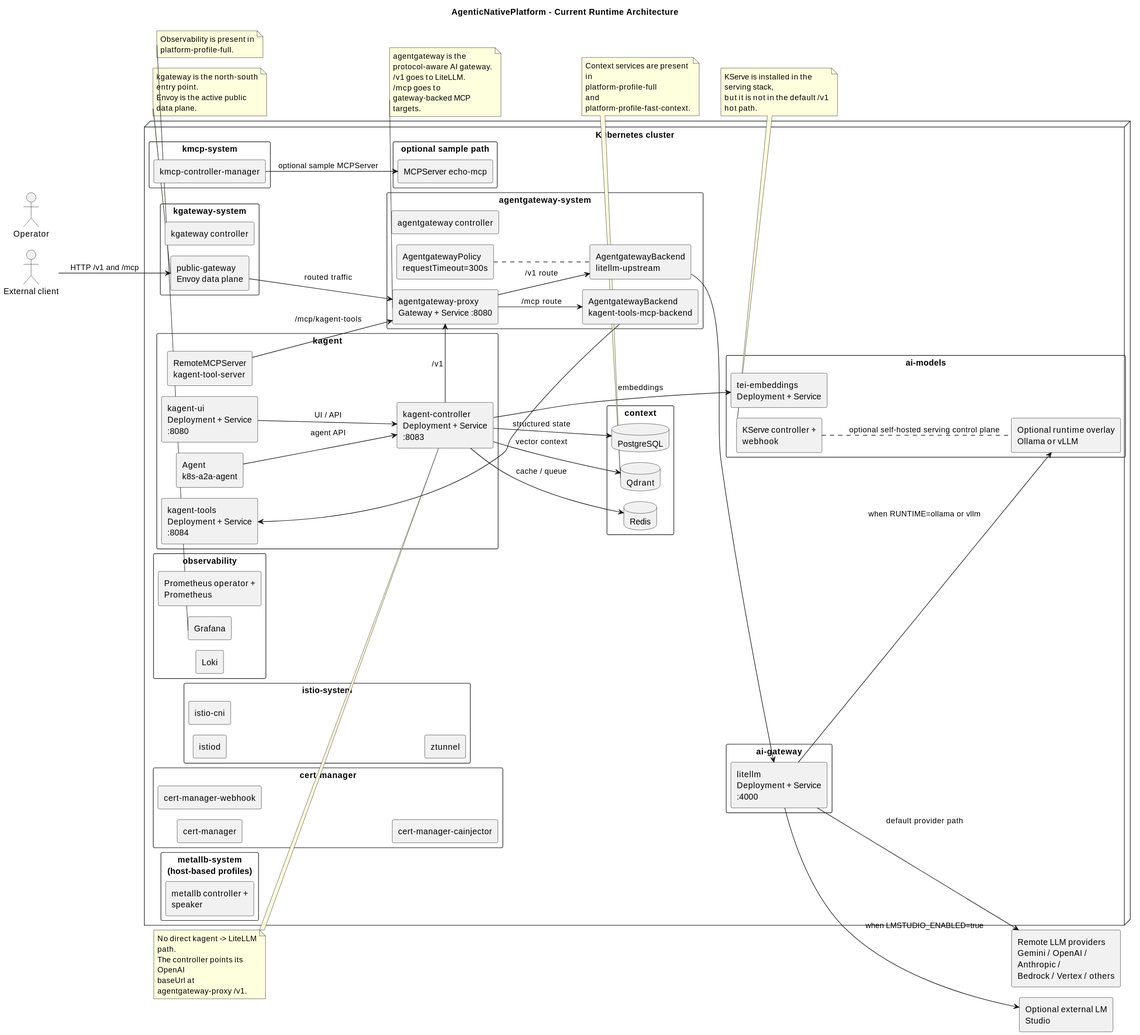
Before: .assets/architecture-current-runtime.svg, a diagram exported from PlantUML (Shkirmantsev/AgenticNativePlatform). Its diagram source:
```plantuml
@startuml
!pragma layout smetana
title AgenticNativePlatform - Current Runtime Architecture

left to right direction
skinparam shadowing false
skinparam packageStyle rectangle
skinparam componentStyle rectangle
skinparam wrapWidth 180
hide stereotype

actor "External client" as Client
actor "Operator" as Operator
rectangle "Remote LLM providers\nGemini / OpenAI / Anthropic /\nBedrock / Vertex / others" as Providers
rectangle "Optional external LM Studio" as LMStudio

node "Kubernetes cluster" {
  package "kgateway-system" {
    component "kgateway controller" as KgatewayController
    component "public-gateway\nEnvoy data plane" as PublicGateway
  }

  package "agentgateway-system" {
    component "agentgateway controller" as AgentgatewayController
    component "agentgateway-proxy\nGateway + Service :8080" as AgentgatewayProxy
    component "AgentgatewayBackend\nlitellm-upstream" as LitellmBackend
    component "AgentgatewayBackend\nkagent-tools-mcp-backend" as ToolsBackend
    component "AgentgatewayPolicy\nrequestTimeout=300s" as BackendPolicy
  }

  package "kagent" {
    component "kagent-controller\nDeployment + Service :8083" as KagentController
    component "kagent-ui\nDeployment + Service :8080" as KagentUI
    component "kagent-tools\nDeployment + Service :8084" as KagentTools
    component "Agent\nk8s-a2a-agent" as A2AAgent
    component "RemoteMCPServer\nkagent-tool-server" as RemoteMCP
  }

  package "ai-gateway" {
    component "litellm\nDeployment + Service :4000" as LiteLLM
  }

  package "kmcp-system" {
    component "kmcp-controller-manager" as KMCPController
  }

  package "ai-models" {
    component "tei-embeddings\nDeployment + Service" as TEI
    component "KServe controller + webhook" as KServe
    component "Optional runtime overlay\nOllama or vLLM" as RuntimeOverlay
  }

  package "context" {
    database "Qdrant" as Qdrant
    database "PostgreSQL" as Postgres
    database "Redis" as Redis
  }

  package "observability" {
    component "Prometheus operator + Prometheus" as Prometheus
    component "Grafana" as Grafana
    component "Loki" as Loki
  }

  package "istio-system" {
    component "istiod" as Istiod
    component "istio-cni" as IstioCNI
    component "ztunnel" as ZTunnel
  }

  package "cert-manager" {
    component "cert-manager" as CertManager
    component "cert-manager-webhook" as CertWebhook
    component "cert-manager-cainjector" as CertCainjector
  }

  package "metallb-system\n(host-based profiles)" {
    component "metallb controller + speaker" as MetalLB
  }

  package "optional sample path" {
    component "MCPServer echo-mcp" as EchoMCP
  }
}

Client --> PublicGateway : HTTP /v1 and /mcp
PublicGateway --> AgentgatewayProxy : routed traffic

KagentUI --> KagentController : UI / API
A2AAgent --> KagentController : agent API
KagentController --> AgentgatewayProxy : /v1
RemoteMCP --> AgentgatewayProxy : /mcp/kagent-tools

AgentgatewayProxy --> LitellmBackend : /v1 route
AgentgatewayProxy --> ToolsBackend : /mcp route
BackendPolicy .. LitellmBackend

LitellmBackend --> LiteLLM
ToolsBackend --> KagentTools

LiteLLM --> Providers : default provider path
LiteLLM --> LMStudio : when LMSTUDIO_ENABLED=true
LiteLLM --> RuntimeOverlay : when RUNTIME=ollama or vllm
KServe .. RuntimeOverlay : optional self-hosted serving control plane

KagentController --> TEI : embeddings
KagentController --> Qdrant : vector context
KagentController --> Postgres : structured state
KagentController --> Redis : cache / queue

KMCPController --> EchoMCP : optional sample MCPServer

note top of PublicGateway
kgateway is the north-south entry point.
Envoy is the active public data plane.
end note

note top of AgentgatewayProxy
agentgateway is the protocol-aware AI gateway.
/v1 goes to LiteLLM.
/mcp goes to gateway-backed MCP targets.
end note

note left of KagentController
No direct kagent -> LiteLLM path.
The controller points its OpenAI
baseUrl at agentgateway-proxy /v1.
end note

note bottom of KServe
KServe is installed in the serving stack,
but it is not in the default /v1 hot path.
end note

note bottom of Qdrant
Context services are present in
platform-profile-full
and platform-profile-fast-context.
end note

note bottom of Grafana
Observability is present in
platform-profile-full.
end note
@enduml
```
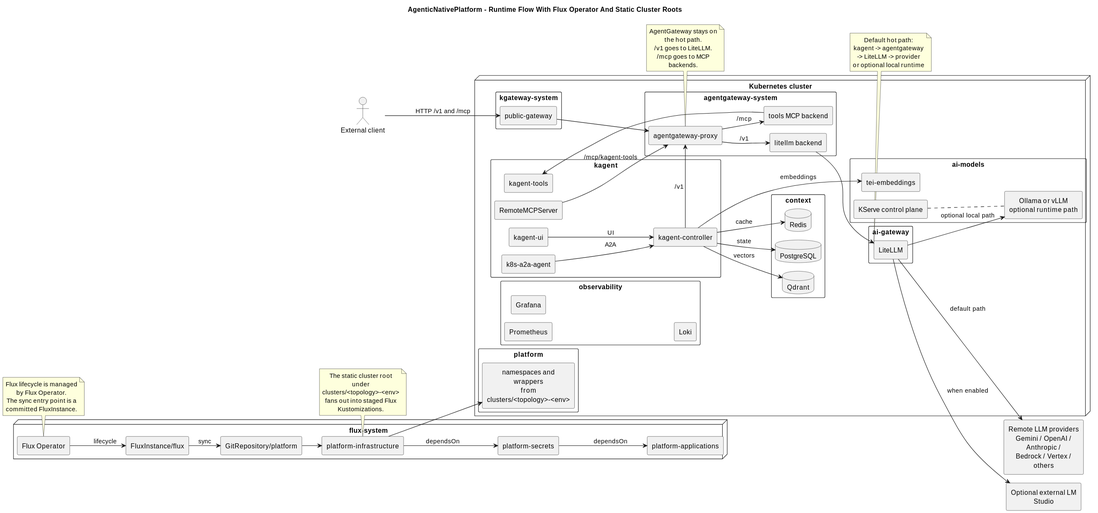
After the change.

The edit, as a diff of the source:
```diff
@@ -1,53 +1,55 @@
 @startuml
 !pragma layout smetana
-title AgenticNativePlatform - Current Runtime Architecture
+title AgenticNativePlatform - Runtime Flow With Flux Operator And Static Cluster Roots
 
 left to right direction
 skinparam shadowing false
 skinparam packageStyle rectangle
 skinparam componentStyle rectangle
-skinparam wrapWidth 180
+skinparam wrapWidth 160
+skinparam defaultTextAlignment center
 hide stereotype
 
 actor "External client" as Client
-actor "Operator" as Operator
 rectangle "Remote LLM providers\nGemini / OpenAI / Anthropic /\nBedrock / Vertex / others" as Providers
 rectangle "Optional external LM Studio" as LMStudio
 
+node "flux-system" {
+  component "Flux Operator" as FluxOperator
+  component "FluxInstance/flux" as FluxInstance
+  component "GitRepository/platform" as GitRepository
+  component "platform-infrastructure" as PlatformInfrastructure
+  component "platform-secrets" as PlatformSecrets
+  component "platform-applications" as PlatformApplications
+}
+
 node "Kubernetes cluster" {
   package "kgateway-system" {
-    component "kgateway controller" as KgatewayController
-    component "public-gateway\nEnvoy data plane" as PublicGateway
+    component "public-gateway" as PublicGateway
   }
 
   package "agentgateway-system" {
-    component "agentgateway controller" as AgentgatewayController
-    component "agentgateway-proxy\nGateway + Service :8080" as AgentgatewayProxy
-    component "AgentgatewayBackend\nlitellm-upstream" as LitellmBackend
-    component "AgentgatewayBackend\nkagent-tools-mcp-backend" as ToolsBackend
-    component "AgentgatewayPolicy\nrequestTimeout=300s" as BackendPolicy
+    component "agentgateway-proxy" as AgentgatewayProxy
+    component "litellm backend" as LitellmBackend
+    component "tools MCP backend" as ToolsBackend
   }
 
   package "kagent" {
-    component "kagent-controller\nDeployment + Service :8083" as KagentController
-    component "kagent-ui\nDeployment + Service :8080" as KagentUI
-    component "kagent-tools\nDeployment + Service :8084" as KagentTools
-    component "Agent\nk8s-a2a-agent" as A2AAgent
-    component "RemoteMCPServer\nkagent-tool-server" as RemoteMCP
+    component "kagent-controller" as KagentController
+    component "kagent-ui" as KagentUI
+    component "kagent-tools" as KagentTools
+    component "k8s-a2a-agent" as A2AAgent
+    component "RemoteMCPServer" as RemoteMCP
   }
 
   package "ai-gateway" {
-    component "litellm\nDeployment + Service :4000" as LiteLLM
-  }
-
-  package "kmcp-system" {
-    component "kmcp-controller-manager" as KMCPController
+    component "LiteLLM" as LiteLLM
   }
 
   package "ai-models" {
-    component "tei-embeddings\nDeployment + Service" as TEI
-    component "KServe controller + webhook" as KServe
-    component "Optional runtime overlay\nOllama or vLLM" as RuntimeOverlay
+    component "tei-embeddings" as TEI
+    component "KServe control plane" as KServe
+    component "Ollama or vLLM\noptional runtime path" as RuntimeOverlay
   }
 
   package "context" {
@@ -57,89 +59,66 @@
   }
 
   package "observability" {
-    component "Prometheus operator + Prometheus" as Prometheus
+    component "Prometheus" as Prometheus
     component "Grafana" as Grafana
     component "Loki" as Loki
   }
 
-  package "istio-system" {
-    component "istiod" as Istiod
-    component "istio-cni" as IstioCNI
-    component "ztunnel" as ZTunnel
-  }
-
-  package "cert-manager" {
-    component "cert-manager" as CertManager
-    component "cert-manager-webhook" as CertWebhook
-    component "cert-manager-cainjector" as CertCainjector
-  }
-
-  package "metallb-system\n(host-based profiles)" {
-    component "metallb controller + speaker" as MetalLB
-  }
-
-  package "optional sample path" {
-    component "MCPServer echo-mcp" as EchoMCP
+  package "platform" {
+    component "namespaces and wrappers\nfrom clusters/<topology>-<env>" as ClusterWrappers
   }
 }
 
+FluxOperator --> FluxInstance : lifecycle
+FluxInstance --> GitRepository : sync
+GitRepository --> PlatformInfrastructure
+PlatformInfrastructure --> PlatformSecrets : dependsOn
+PlatformSecrets --> PlatformApplications : dependsOn
+PlatformInfrastructure --> ClusterWrappers
+
 Client --> PublicGateway : HTTP /v1 and /mcp
-PublicGateway --> AgentgatewayProxy : routed traffic
+PublicGateway --> AgentgatewayProxy
 
-KagentUI --> KagentController : UI / API
-A2AAgent --> KagentController : agent API
+KagentUI --> KagentController : UI
+A2AAgent --> KagentController : A2A
 KagentController --> AgentgatewayProxy : /v1
 RemoteMCP --> AgentgatewayProxy : /mcp/kagent-tools
 
-AgentgatewayProxy --> LitellmBackend : /v1 route
-AgentgatewayProxy --> ToolsBackend : /mcp route
-BackendPolicy .. LitellmBackend
+AgentgatewayProxy --> LitellmBackend : /v1
+AgentgatewayProxy --> ToolsBackend : /mcp
 
 LitellmBackend --> LiteLLM
 ToolsBackend --> KagentTools
 
-LiteLLM --> Providers : default provider path
-LiteLLM --> LMStudio : when LMSTUDIO_ENABLED=true
-LiteLLM --> RuntimeOverlay : when RUNTIME=ollama or vllm
-KServe .. RuntimeOverlay : optional self-hosted serving control plane
+LiteLLM --> Providers : default path
+LiteLLM --> LMStudio : when enabled
+LiteLLM --> RuntimeOverlay : optional local path
+KServe .. RuntimeOverlay
 
 KagentController --> TEI : embeddings
-KagentController --> Qdrant : vector context
-KagentController --> Postgres : structured state
-KagentController --> Redis : cache / queue
+KagentController --> Qdrant : vectors
+KagentController --> Postgres : state
+KagentController --> Redis : cache
 
-KMCPController --> EchoMCP : optional sample MCPServer
+note top of FluxOperator
+Flux lifecycle is managed by Flux Operator.
+The sync entry point is a committed FluxInstance.
+end note
 
-note top of PublicGateway
-kgateway is the north-south entry point.
-Envoy is the active public data plane.
+note top of PlatformInfrastructure
+The static cluster root under clusters/<topology>-<env>
+fans out into staged Flux Kustomizations.
 end note
 
 note top of AgentgatewayProxy
-agentgateway is the protocol-aware AI gateway.
+AgentGateway stays on the hot path.
 /v1 goes to LiteLLM.
-/mcp goes to gateway-backed MCP targets.
+/mcp goes to MCP backends.
 end note
 
-note left of KagentController
-No direct kagent -> LiteLLM path.
-The controller points its OpenAI
-baseUrl at agentgateway-proxy /v1.
-end note
-
-note bottom of KServe
-KServe is installed in the serving stack,
-but it is not in the default /v1 hot path.
-end note
-
-note bottom of Qdrant
-Context services are present in
-platform-profile-full
-and platform-profile-fast-context.
-end note
-
-note bottom of Grafana
-Observability is present in
-platform-profile-full.
+note bottom of LiteLLM
+Default hot path:
+kagent -> agentgateway -> LiteLLM -> provider
+or optional local runtime
 end note
 @enduml
```
